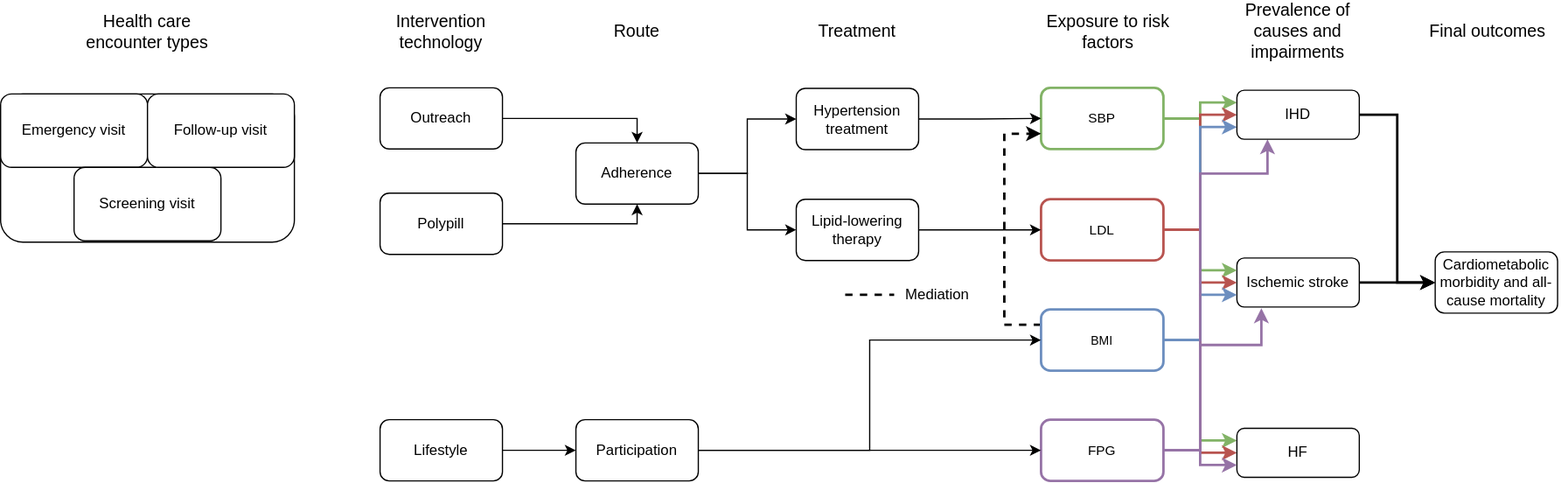
ihmeuw/vivarium_research keeps this draw.io diagram as docs/source/concept_models/vivarium_us_cvd/concept_model_v3.svg. Above is the earlier version. Source tidied: cells renumbered, new cells last; positions are measured from the earlier drawing's top-left corner, leaving out a move shared by most shapes.
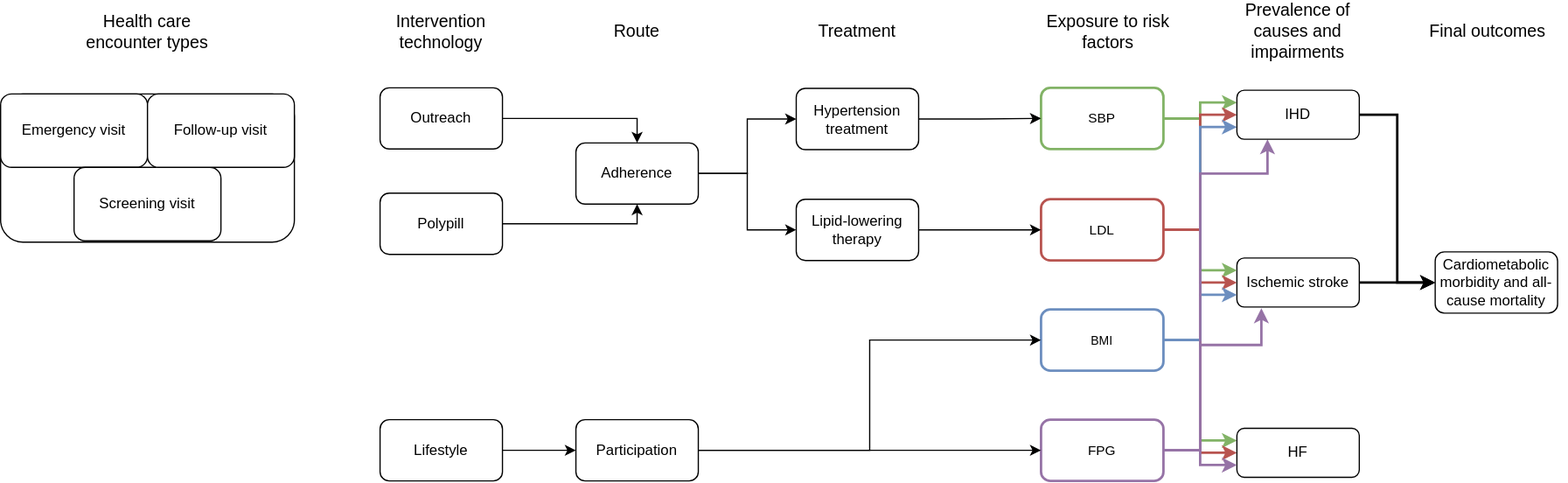
Later version of the same file.

Diff of the diagram source:
```diff
@@ -44,14 +44,6 @@
     <mxCell id="15" style="edgeStyle=orthogonalEdgeStyle;rounded=0;jettySize=auto;html=1;exitX=1;exitY=0.5;exitDx=0;exitDy=0;entryX=0;entryY=0.75;entryDx=0;entryDy=0;strokeWidth=2;fillColor=#dae8fc;strokeColor=#6c8ebf;" parent="1" edge="1" source="17" target="2">
       <mxGeometry relative="1" as="geometry" />
     </mxCell>
-    <mxCell id="16" style="edgeStyle=orthogonalEdgeStyle;rounded=0;jettySize=auto;html=1;exitX=0;exitY=0.25;exitDx=0;exitDy=0;entryX=0;entryY=0.75;entryDx=0;entryDy=0;strokeWidth=2;dashed=1;" parent="1" edge="1" source="17" target="9">
-      <mxGeometry relative="1" as="geometry">
-        <Array as="points">
-          <mxPoint x="820" y="250" />
-          <mxPoint x="820" y="94" />
-        </Array>
-      </mxGeometry>
-    </mxCell>
     <mxCell id="17" value="&lt;font style=&quot;font-size: 10px&quot;&gt;BMI&lt;/font&gt;" style="rounded=1;whiteSpace=wrap;html=1;strokeColor=#6c8ebf;fillColor=none;strokeWidth=2;" parent="1" vertex="1">
       <mxGeometry x="850" y="237" width="100" height="50" as="geometry" />
     </mxCell>
@@ -92,15 +84,6 @@
     <mxCell id="25" value="HF" style="rounded=1;whiteSpace=wrap;html=1;fillColor=none;" parent="1" vertex="1">
       <mxGeometry x="1010" y="334" width="100" height="40" as="geometry" />
     </mxCell>
-    <mxCell id="26" style="endArrow=none;html=1;dashed=1;strokeWidth=2;" parent="1" edge="1">
-      <mxGeometry relative="1" as="geometry">
-        <mxPoint x="690" y="225" as="sourcePoint" />
-        <mxPoint x="730" y="225" as="targetPoint" />
-      </mxGeometry>
-    </mxCell>
-    <mxCell id="27" value="Mediation" style="text;html=1;align=center;verticalAlign=middle;strokeColor=none;" parent="1" vertex="1">
-      <mxGeometry x="730" y="215" width="70" height="20" as="geometry" />
-    </mxCell>
     <mxCell id="28" value="&lt;font style=&quot;font-size: 14px&quot;&gt;Intervention technology&lt;/font&gt;" style="text;html=1;strokeColor=none;fillColor=none;align=center;verticalAlign=middle;whiteSpace=wrap;rounded=0;" parent="1" vertex="1">
       <mxGeometry x="310" width="100" height="20" as="geometry" />
     </mxCell>
```
